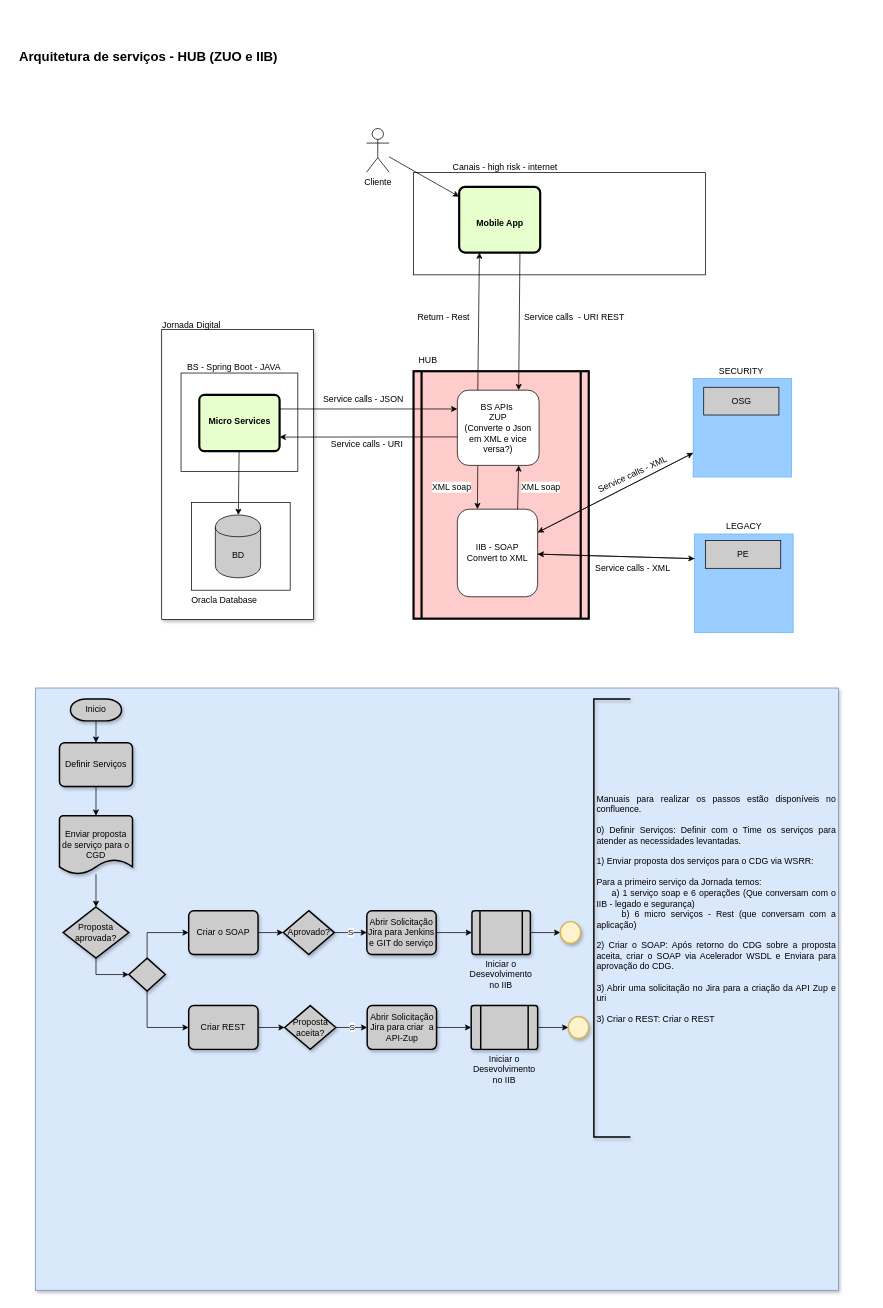
This is Untitled Diagram.drawio from lucypbraz/Projects, a draw.io file, before an edit. Source tidied: cells renumbered, new cells numbered last; positions are measured from the earlier drawing's top-left corner, leaving out a move shared by most shapes. Both pictures are drawn from the tidied source at 73%, with x=0, y=0 at pixel (15, 20).
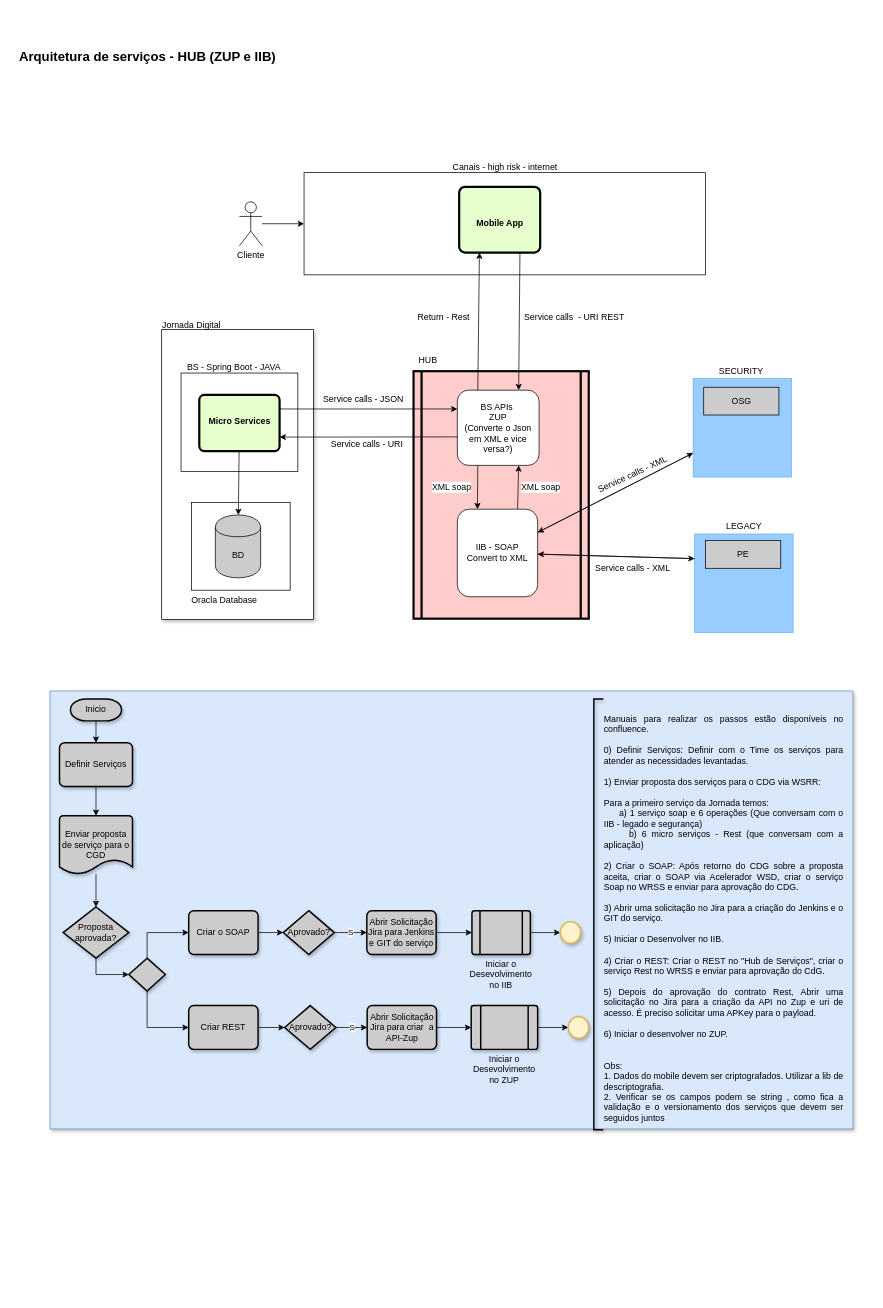
After the change.

The change refers to these unchanged cells:
```xml
<mxCell id="10" value="&lt;br&gt;&lt;br&gt;&lt;br&gt;Mobile App&lt;br&gt;" style="verticalAlign=middle;align=center;overflow=fill;fontSize=12;fontFamily=Helvetica;html=1;rounded=1;fontStyle=1;strokeWidth=3;fillColor=#E6FFCC;arcSize=9;" parent="1" vertex="1">
  <mxGeometry x="607.5" y="228.5" width="111" height="90" as="geometry" />
</mxCell>
```

The edit, as a diff of the source:
```diff
@@
     <mxCell id="2" style="rounded=0;whiteSpace=wrap;html=1;shadow=1;fillColor=#dae8fc;strokeColor=#6c8ebf;" parent="1" vertex="1">
-      <mxGeometry x="27" y="915" width="1100" height="825" as="geometry" />
+      <mxGeometry x="47" y="919" width="1100" height="600" as="geometry" />
     </mxCell>
@@
     <mxCell id="7" style="rounded=0;whiteSpace=wrap;html=1;" parent="1" vertex="1">
-      <mxGeometry x="545" y="209" width="400" height="140" as="geometry" />
+      <mxGeometry x="395" y="209" width="550" height="140" as="geometry" />
     </mxCell>
@@
-    <mxCell id="11" style="edgeStyle=none;rounded=0;jettySize=auto;html=1;" parent="1" edge="1" source="12" target="10">
+    <mxCell id="11" style="edgeStyle=none;rounded=0;jettySize=auto;html=1;entryX=0;entryY=0.5;entryDx=0;entryDy=0;" parent="1" edge="1" source="12" target="7">
       <mxGeometry relative="1" as="geometry" />
     </mxCell>
     <mxCell id="12" value="Cliente" style="shape=umlActor;verticalLabelPosition=bottom;labelBackgroundColor=#ffffff;verticalAlign=top;html=1;outlineConnect=0;" parent="1" vertex="1">
-      <mxGeometry x="480.5" y="148.5" width="31" height="60" as="geometry" />
+      <mxGeometry x="306.5" y="249" width="31" height="60" as="geometry" />
     </mxCell>
@@
-    <mxCell id="46" value="&lt;h1&gt;&lt;font style=&quot;font-size: 18px&quot;&gt;Arquitetura de serviços - HUB (ZUO e IIB)&lt;/font&gt;&lt;/h1&gt;&lt;div&gt;&lt;font style=&quot;font-size: 18px&quot;&gt;&lt;br&gt;&lt;/font&gt;&lt;/div&gt;" style="text;html=1;strokeColor=none;fillColor=none;spacing=5;spacingTop=-20;whiteSpace=wrap;overflow=hidden;rounded=0;shadow=1;fontSize=21;" parent="1" vertex="1">
+    <mxCell id="46" value="&lt;h1&gt;&lt;font style=&quot;font-size: 18px&quot;&gt;Arquitetura de serviços - HUB (ZUP e IIB)&lt;/font&gt;&lt;/h1&gt;&lt;div&gt;&lt;font style=&quot;font-size: 18px&quot;&gt;&lt;br&gt;&lt;/font&gt;&lt;/div&gt;" style="text;html=1;strokeColor=none;fillColor=none;spacing=5;spacingTop=-20;whiteSpace=wrap;overflow=hidden;rounded=0;shadow=1;fontSize=21;" parent="1" vertex="1">
       <mxGeometry width="1166" height="120" as="geometry" />
     </mxCell>
-    <mxCell id="47" value="&lt;div style=&quot;text-align: justify&quot;&gt;Manuais para realizar os passos estão disponíveis no confluence.&lt;/div&gt;&lt;div style=&quot;text-align: justify&quot;&gt;&lt;br&gt;&lt;/div&gt;&lt;div style=&quot;text-align: justify&quot;&gt;0) Definir Serviços: Definir com o Time os serviços para atender as necessidades levantadas.&lt;/div&gt;&lt;div style=&quot;text-align: justify&quot;&gt;&lt;br&gt;&lt;/div&gt;&lt;div style=&quot;text-align: justify&quot;&gt;&lt;span&gt;1) Enviar proposta dos serviços para o CDG via WSRR:&lt;/span&gt;&lt;br&gt;&lt;/div&gt;&lt;div style=&quot;text-align: justify&quot;&gt;&lt;span&gt;&lt;br&gt;&lt;/span&gt;&lt;/div&gt;&lt;div style=&quot;text-align: justify&quot;&gt;&lt;span&gt;Para a primeiro serviço da Jornada temos:&amp;nbsp;&lt;/span&gt;&lt;/div&gt;&lt;div style=&quot;text-align: justify&quot;&gt;&lt;span&gt;&amp;nbsp; &amp;nbsp; &amp;nbsp;a) 1 serviço soap e 6 operações (Que conversam com o IIB - legado e segurança)&lt;/span&gt;&lt;/div&gt;&lt;div style=&quot;text-align: justify&quot;&gt;&lt;span&gt;&amp;nbsp; &amp;nbsp; &amp;nbsp;b) 6 micro serviços - Rest (que conversam com a aplicação)&lt;/span&gt;&lt;/div&gt;&lt;div style=&quot;text-align: justify&quot;&gt;&lt;span&gt;&lt;br&gt;&lt;/span&gt;&lt;/div&gt;&lt;div style=&quot;text-align: justify&quot;&gt;&lt;span&gt;2) Criar o SOAP: Após retorno do CDG sobre a proposta aceita, criar o SOAP via Acelerador WSDL e Enviara para aprovação do CDG.&lt;/span&gt;&lt;/div&gt;&lt;div style=&quot;text-align: justify&quot;&gt;&lt;span&gt;&amp;nbsp;&lt;/span&gt;&lt;/div&gt;&lt;div style=&quot;text-align: justify&quot;&gt;&lt;span&gt;3) Abrir uma solicitação no Jira para a criação da API Zup e uri&lt;/span&gt;&lt;/div&gt;&lt;div style=&quot;text-align: justify&quot;&gt;&lt;span&gt;&lt;br&gt;&lt;/span&gt;&lt;/div&gt;&lt;div style=&quot;text-align: justify&quot;&gt;3) Criar o REST: Criar o REST&lt;span&gt;&lt;br&gt;&lt;/span&gt;&lt;/div&gt;&lt;div style=&quot;text-align: justify&quot;&gt;&lt;br&gt;&lt;/div&gt;" style="text;html=1;strokeColor=none;fillColor=none;align=center;verticalAlign=middle;whiteSpace=wrap;rounded=0;shadow=1;" parent="1" vertex="1">
-      <mxGeometry x="795" y="950" width="330" height="550" as="geometry" />
+    <mxCell id="47" value="&lt;div style=&quot;text-align: justify&quot;&gt;Manuais para realizar os passos estão disponíveis no confluence.&lt;/div&gt;&lt;div style=&quot;text-align: justify&quot;&gt;&lt;br&gt;&lt;/div&gt;&lt;div style=&quot;text-align: justify&quot;&gt;0) Definir Serviços: Definir com o Time os serviços para atender as necessidades levantadas.&lt;/div&gt;&lt;div style=&quot;text-align: justify&quot;&gt;&lt;br&gt;&lt;/div&gt;&lt;div style=&quot;text-align: justify&quot;&gt;&lt;span&gt;1) Enviar proposta dos serviços para o CDG via WSRR:&lt;/span&gt;&lt;br&gt;&lt;/div&gt;&lt;div style=&quot;text-align: justify&quot;&gt;&lt;span&gt;&lt;br&gt;&lt;/span&gt;&lt;/div&gt;&lt;div style=&quot;text-align: justify&quot;&gt;&lt;span&gt;Para a primeiro serviço da Jornada temos:&amp;nbsp;&lt;/span&gt;&lt;/div&gt;&lt;div style=&quot;text-align: justify&quot;&gt;&lt;span&gt;&amp;nbsp; &amp;nbsp; &amp;nbsp;a) 1 serviço soap e 6 operações (Que conversam com o IIB - legado e segurança)&lt;/span&gt;&lt;/div&gt;&lt;div style=&quot;text-align: justify&quot;&gt;&lt;span&gt;&amp;nbsp; &amp;nbsp; &amp;nbsp;b) 6 micro serviços - Rest (que conversam com a aplicação)&lt;/span&gt;&lt;/div&gt;&lt;div style=&quot;text-align: justify&quot;&gt;&lt;span&gt;&lt;br&gt;&lt;/span&gt;&lt;/div&gt;&lt;div style=&quot;text-align: justify&quot;&gt;&lt;span&gt;2) Criar o SOAP: Após retorno do CDG sobre a proposta aceita, criar o SOAP via Acelerador WSD, criar o serviço Soap no WRSS e enviar para aprovação do CDG.&lt;/span&gt;&lt;/div&gt;&lt;div style=&quot;text-align: justify&quot;&gt;&lt;span&gt;&amp;nbsp;&lt;/span&gt;&lt;/div&gt;&lt;div style=&quot;text-align: justify&quot;&gt;&lt;span&gt;3) Abrir uma solicitação no Jira para a criação do Jenkins e o GIT do serviço.&lt;/span&gt;&lt;/div&gt;&lt;div style=&quot;text-align: justify&quot;&gt;&lt;span&gt;&lt;br&gt;&lt;/span&gt;&lt;/div&gt;&lt;div style=&quot;text-align: justify&quot;&gt;&lt;span&gt;5) Iniciar o Desenvolver no IIB.&lt;/span&gt;&lt;/div&gt;&lt;div style=&quot;text-align: justify&quot;&gt;&lt;span&gt;&lt;br&gt;&lt;/span&gt;&lt;/div&gt;&lt;div style=&quot;text-align: justify&quot;&gt;4) Criar o REST: Criar o REST no &quot;Hub de Serviços&quot;, criar o serviço Rest no WRSS e enviar para aprovação do CdG.&lt;span&gt;&lt;br&gt;&lt;/span&gt;&lt;/div&gt;&lt;div style=&quot;text-align: justify&quot;&gt;&lt;br&gt;&lt;/div&gt;&lt;div style=&quot;text-align: justify&quot;&gt;5) Depois do aprovação do contrato Rest,&amp;nbsp;&lt;span&gt;Abrir uma solicitação no Jira para a criação da API no Zup e uri de acesso. É preciso solicitar uma APKey para o payload.&lt;/span&gt;&lt;/div&gt;&lt;div style=&quot;text-align: justify&quot;&gt;&lt;span&gt;&lt;br&gt;&lt;/span&gt;&lt;/div&gt;&lt;div style=&quot;text-align: justify&quot;&gt;6) Iniciar o desenvolver no ZUP.&lt;/div&gt;&lt;div style=&quot;text-align: justify&quot;&gt;&lt;span&gt;&lt;br&gt;&lt;/span&gt;&lt;/div&gt;&lt;div style=&quot;text-align: justify&quot;&gt;&lt;span&gt;&lt;br&gt;&lt;/span&gt;&lt;/div&gt;&lt;div style=&quot;text-align: justify&quot;&gt;Obs:&lt;/div&gt;&lt;div style=&quot;text-align: justify&quot;&gt;1. Dados do mobile devem ser criptografados. Utilizar a lib de descriptografia.&lt;/div&gt;&lt;div style=&quot;text-align: justify&quot;&gt;2. Verificar se os campos podem se string , como fica a validação e o versionamento dos serviços que devem ser seguidos juntos&lt;/div&gt;" style="text;html=1;strokeColor=none;fillColor=none;align=center;verticalAlign=middle;whiteSpace=wrap;rounded=0;shadow=1;" parent="1" vertex="1">
+      <mxGeometry x="804.5" y="956" width="330" height="550" as="geometry" />
     </mxCell>
@@
     <mxCell id="60" style="strokeWidth=2;html=1;shape=mxgraph.flowchart.annotation_1;align=left;shadow=1;fillColor=#CCCCCC;" parent="1" vertex="1">
-      <mxGeometry x="792" y="930" width="50" height="600" as="geometry" />
+      <mxGeometry x="792" y="930" width="13" height="590" as="geometry" />
     </mxCell>
@@
-    <mxCell id="67" value="Iniciar o Desevolvimento no IIB" style="verticalLabelPosition=bottom;verticalAlign=top;html=1;strokeWidth=2;shape=process;whiteSpace=wrap;rounded=1;size=0.14;arcSize=6;shadow=1;fillColor=#CCCCCC;" parent="1" vertex="1">
+    <mxCell id="67" value="Iniciar o Desevolvimento no ZUP" style="verticalLabelPosition=bottom;verticalAlign=top;html=1;strokeWidth=2;shape=process;whiteSpace=wrap;rounded=1;size=0.14;arcSize=6;shadow=1;fillColor=#CCCCCC;" parent="1" vertex="1">
       <mxGeometry x="624" y="1350" width="91" height="60" as="geometry" />
     </mxCell>
@@
-    <mxCell id="69" value="Proposta aceita?" style="strokeWidth=2;html=1;shape=mxgraph.flowchart.decision;whiteSpace=wrap;shadow=1;fillColor=#CCCCCC;" parent="1" vertex="1">
+    <mxCell id="69" value="Aprovado?" style="strokeWidth=2;html=1;shape=mxgraph.flowchart.decision;whiteSpace=wrap;shadow=1;fillColor=#CCCCCC;" parent="1" vertex="1">
       <mxGeometry x="368.5" y="1350" width="70" height="60" as="geometry" />
     </mxCell>
```
